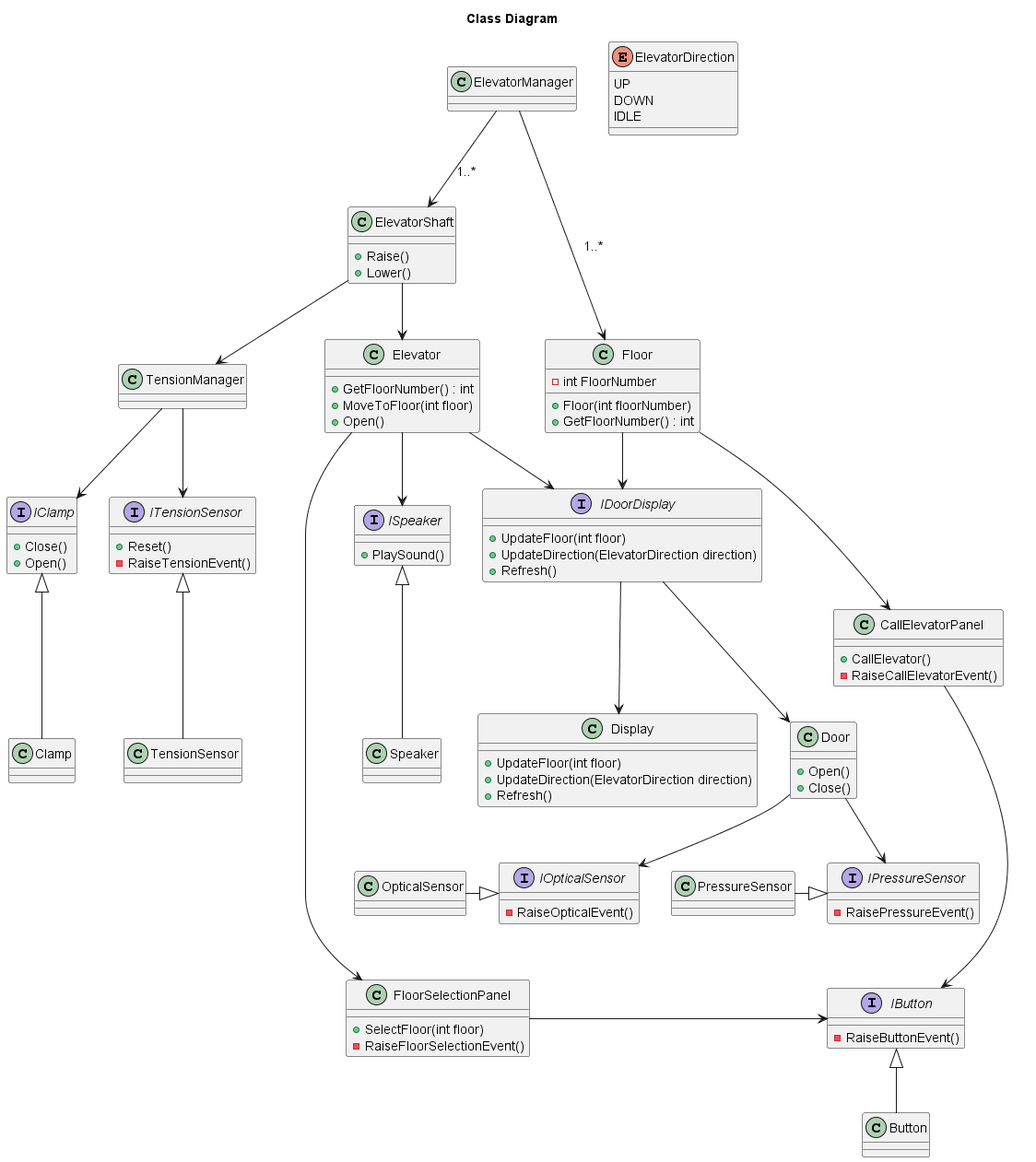
Before: Software Design & Algorithms/Elevator/out/Diagrams/Class Diagram.png, a diagram exported from PlantUML (NathanThus/Technology-Semester-3).
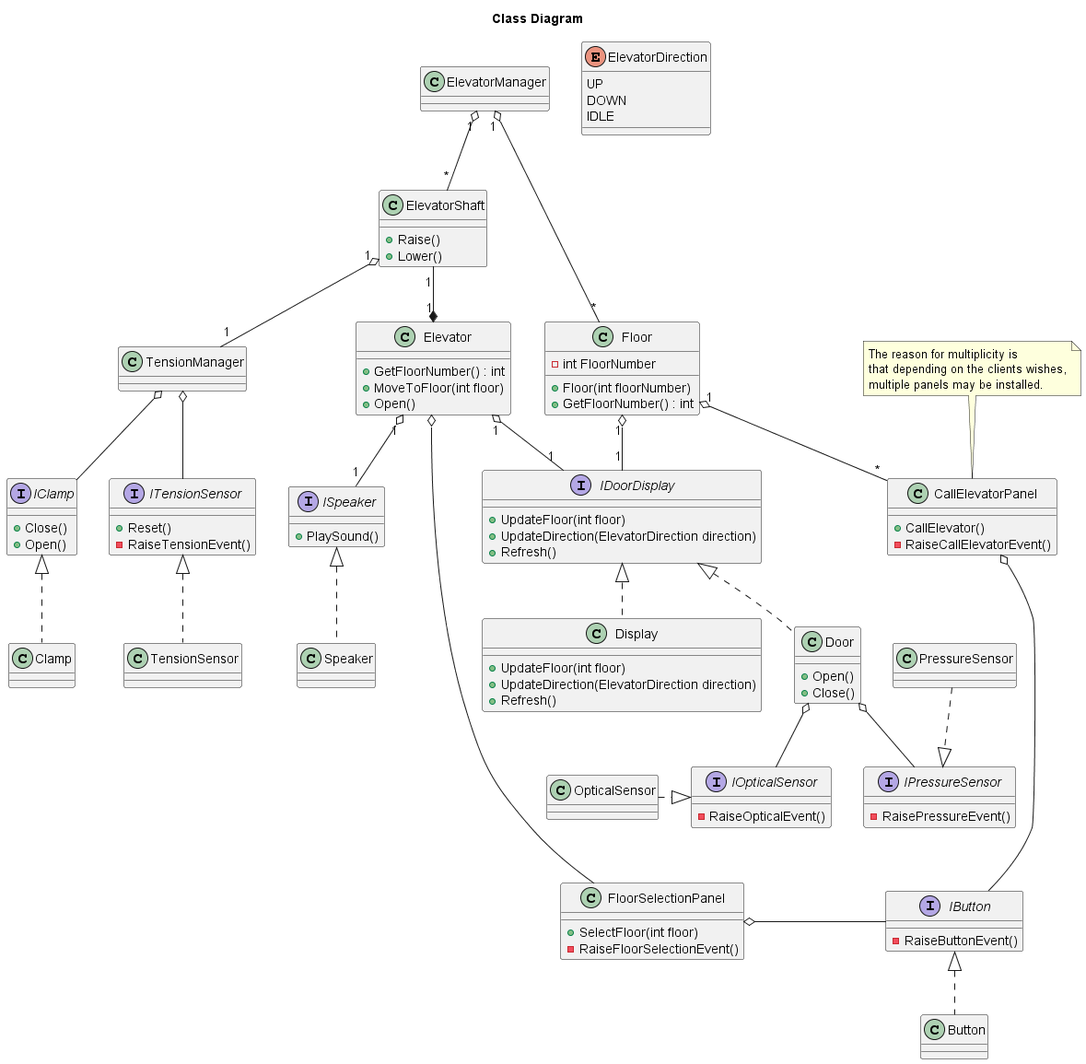
Above is the later version.

What changed in the source:
```diff
@@ -104,36 +104,40 @@
     IDLE
 }
 
-ElevatorManager --> ElevatorShaft : 1..*
-ElevatorManager --> Floor : 1..*
+ElevatorManager "1" o-- "*" ElevatorShaft
+ElevatorManager "1" o-- "*" Floor
 
-ElevatorShaft --> Elevator
-ElevatorShaft --> TensionManager
+ElevatorShaft "1" --* "1" Elevator
+ElevatorShaft "1" o-- "1" TensionManager
 
-Floor --> CallElevatorPanel
-Floor --> IDoorDisplay
+Floor "1" o-- "*" CallElevatorPanel
+Floor "1" o-- "1" IDoorDisplay
 
-Elevator --> IDoorDisplay
-Elevator --> ISpeaker
-Speaker -up-|> ISpeaker
-Elevator -----> FloorSelectionPanel
+note top of CallElevatorPanel
+    The reason for multiplicity is
+    that depending on the clients wishes,
+    multiple panels may be installed.
+end note
 
-FloorSelectionPanel -> IButton
-CallElevatorPanel --> IButton
+Elevator "1" o-- "1" IDoorDisplay
+Elevator "1" o--  "1" ISpeaker
+Speaker .up.|> ISpeaker
+Elevator o----- FloorSelectionPanel
 
-IDoorDisplay --> Display
-IDoorDisplay --> Door
+FloorSelectionPanel o- IButton
+CallElevatorPanel o-- IButton
 
-Door --> IPressureSensor
-Door --> IOpticalSensor
-OpticalSensor -|> IOpticalSensor
-PressureSensor -|> IPressureSensor
+IDoorDisplay <|.. Display
+IDoorDisplay <|.. Door
 
-Button -up-|>  IButton
-
-TensionManager --> IClamp
-TensionManager --> ITensionSensor
-TensionSensor -up-|> ITensionSensor
-Clamp -up-|> IClamp
+Door o-- IPressureSensor
+Door o-- IOpticalSensor
+OpticalSensor .|> IOpticalSensor
+PressureSensor ..|> IPressureSensor
+Button .up.|> IButton
+TensionManager o-- IClamp
+TensionManager o-- ITensionSensor
+TensionSensor .up.|> ITensionSensor
+Clamp .up.|> IClamp
 
 @enduml
```
